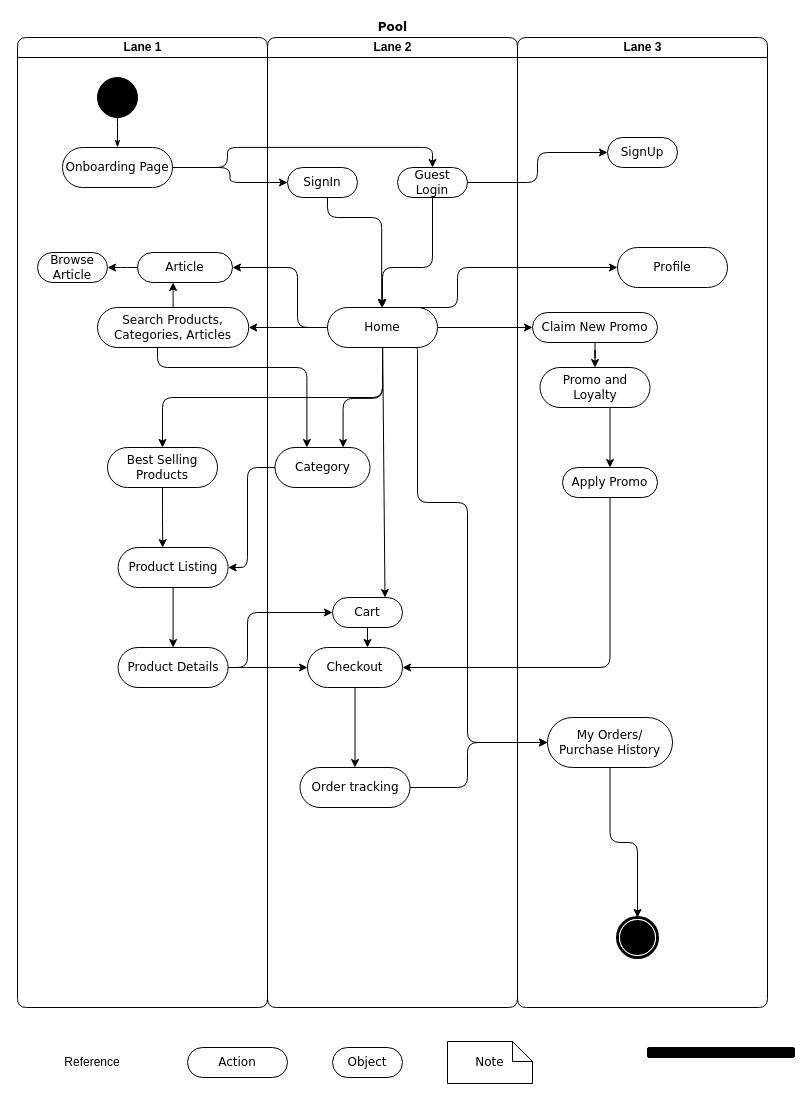
The draw.io diagram Untitled Diagram.drawio in DevX300/TaniMart-UML, before the edit. Source tidied: cells renumbered, new cells numbered last; positions are measured from the earlier drawing's top-left corner, leaving out a move shared by most shapes. Both pictures are drawn from the tidied source at 100%, with x=0, y=0 at pixel (17, 17).
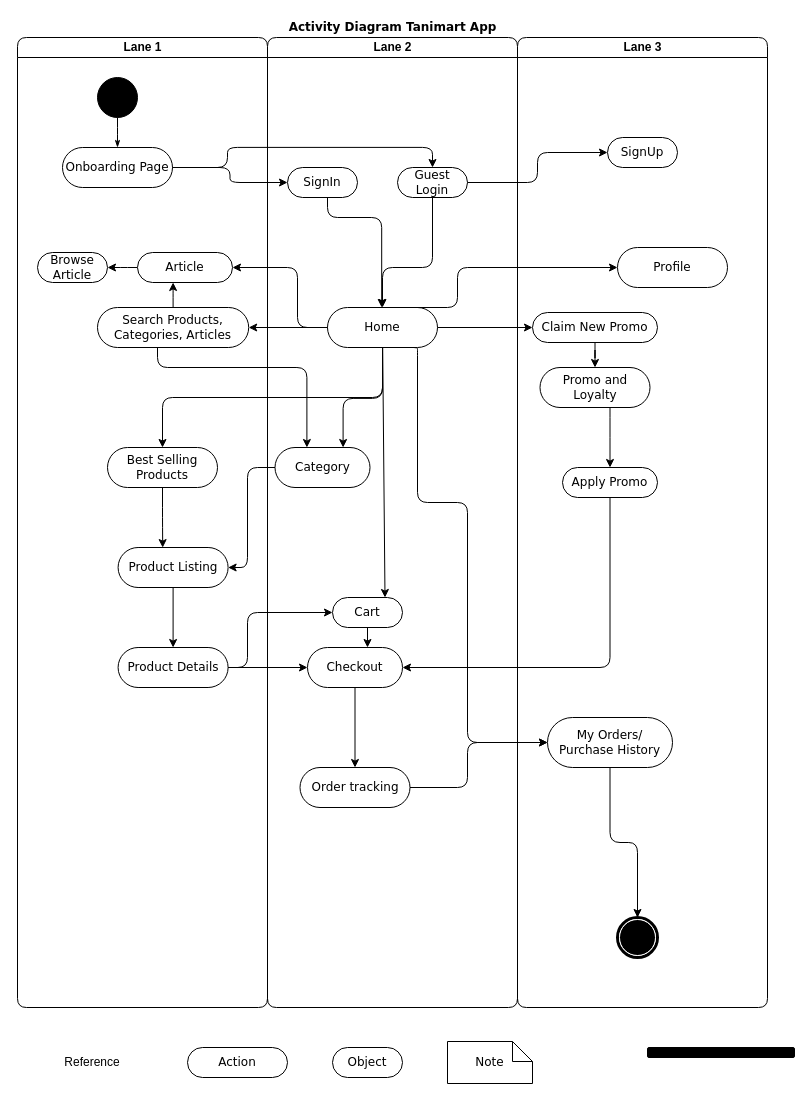
After the change.

Diff of the diagram source:
```diff
@@
-    <mxCell id="2" value="Pool" style="swimlane;html=1;startSize=20;rounded=1;shadow=0;comic=0;labelBackgroundColor=none;strokeWidth=1;fontFamily=Verdana;fontSize=12;align=center;strokeColor=none;" parent="1" vertex="1">
+    <mxCell id="2" value="Activity Diagram Tanimart App" style="swimlane;html=1;startSize=20;rounded=1;shadow=0;comic=0;labelBackgroundColor=none;strokeWidth=1;fontFamily=Verdana;fontSize=12;align=center;strokeColor=none;" parent="1" vertex="1">
       <mxGeometry width="750" height="990" as="geometry" />
     </mxCell>
```
